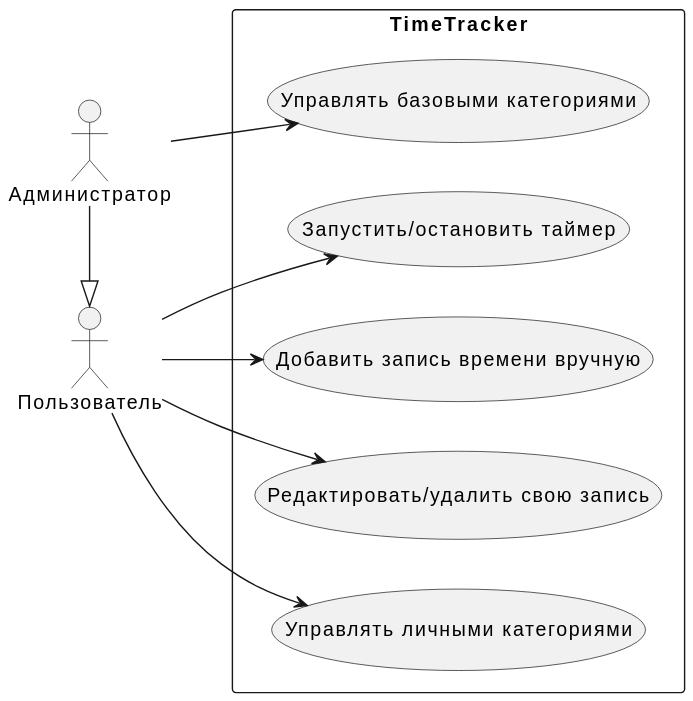
Above: docs/usecase.svg in da-fuu/IU7_7sem_Web (PlantUML), before the change.
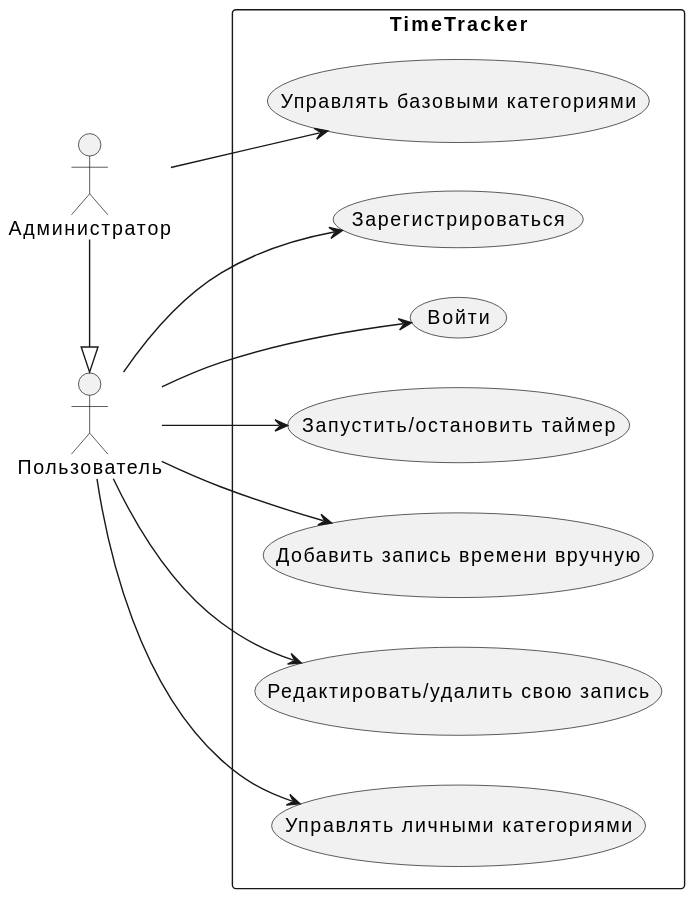
After the commit.

The edit, as a diff of the source:
```diff
@@ -7,6 +7,8 @@
 admin -|> user
 
 rectangle "TimeTracker" {
+  usecase "Зарегистрироваться" as UC_Register
+  usecase "Войти" as UC_Login
   usecase "Запустить/остановить таймер" as UC_Timer
   usecase "Добавить запись времени вручную" as UC_Manual
   usecase "Редактировать/удалить свою запись" as UC_EditRecord
@@ -15,6 +17,8 @@
   usecase "Управлять базовыми категориями" as UC_ManageDefaultCategories
 }
 
+user --> UC_Register
+user --> UC_Login
 user --> UC_Timer
 user --> UC_Manual
 user --> UC_EditRecord
```
